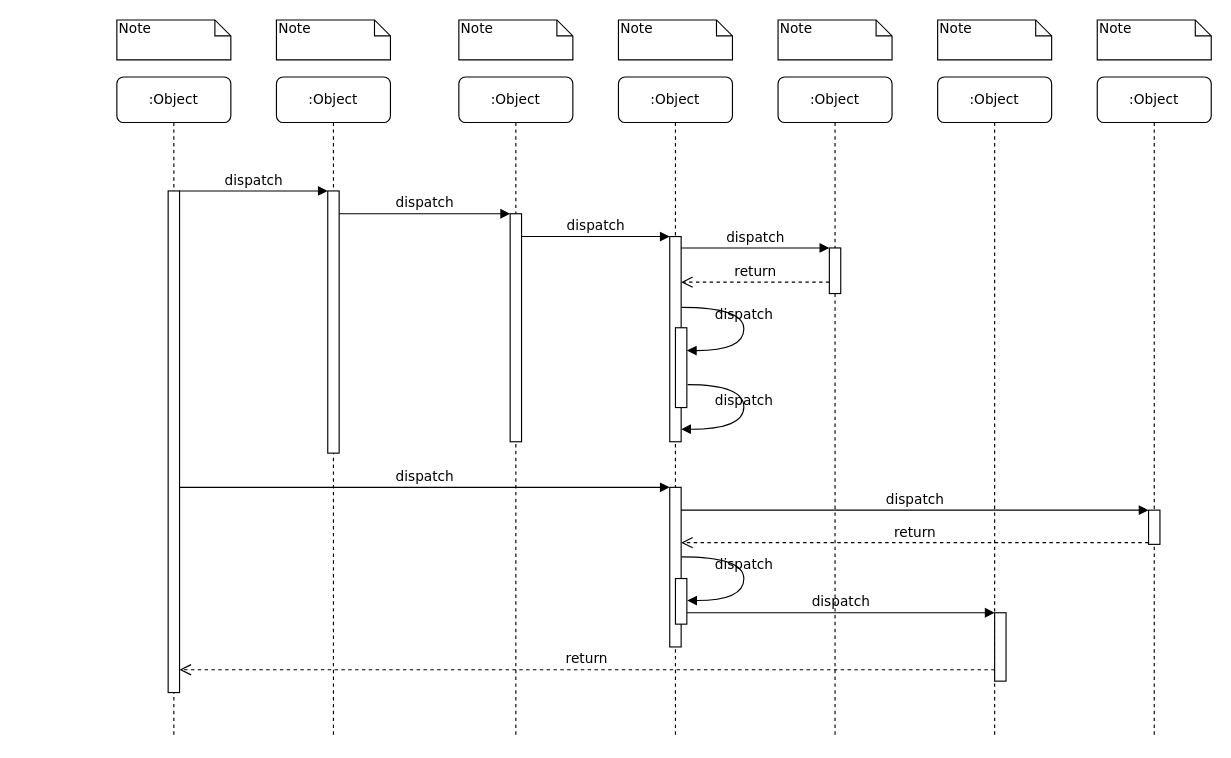
Before: Diagrama sem nome.drawio in ern85/diagramas, a draw.io diagram. Source tidied: cells renumbered, new cells numbered last; positions are measured from the earlier drawing's top-left corner, leaving out a move shared by most shapes. Both pictures are drawn from the tidied source at 114%, with x=0, y=0 at pixel (116, 19).
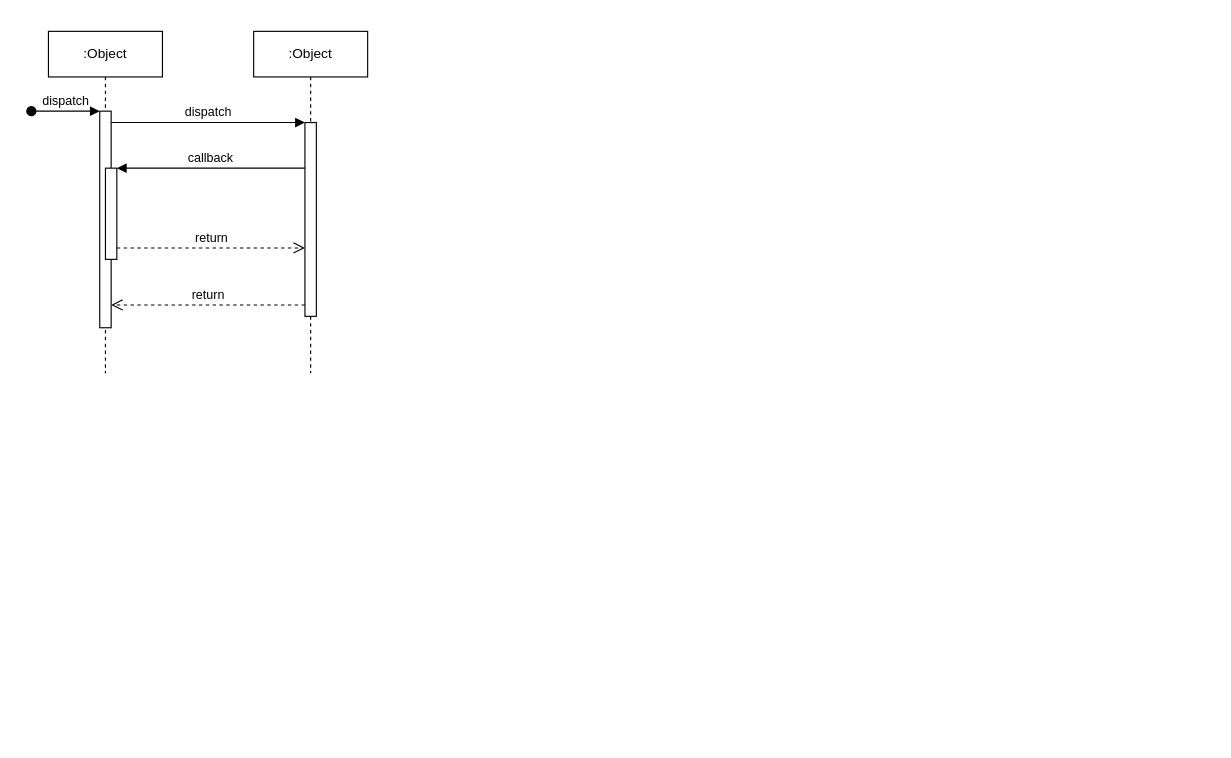
After the change.

The edit, as a diff of the source:
```diff
@@
-    <mxCell id="2" value=":Object" style="shape=umlLifeline;perimeter=lifelinePerimeter;whiteSpace=wrap;html=1;rounded=1;shadow=0;comic=0;labelBackgroundColor=none;strokeWidth=1;fontFamily=Verdana;fontSize=12;align=center;" parent="1" vertex="1">
-      <mxGeometry x="140" y="50" width="100" height="580" as="geometry" />
-    </mxCell>
-    <mxCell id="3" style="html=1;points=[];perimeter=orthogonalPerimeter;rounded=0;shadow=0;comic=0;labelBackgroundColor=none;strokeWidth=1;fontFamily=Verdana;fontSize=12;align=center;" parent="2" vertex="1">
-      <mxGeometry x="45" y="100" width="10" height="230" as="geometry" />
-    </mxCell>
-    <mxCell id="4" value=":Object" style="shape=umlLifeline;perimeter=lifelinePerimeter;whiteSpace=wrap;html=1;rounded=1;shadow=0;comic=0;labelBackgroundColor=none;strokeWidth=1;fontFamily=Verdana;fontSize=12;align=center;" parent="1" vertex="1">
-      <mxGeometry x="300" y="50" width="100" height="580" as="geometry" />
-    </mxCell>
-    <mxCell id="5" style="html=1;points=[];perimeter=orthogonalPerimeter;rounded=0;shadow=0;comic=0;labelBackgroundColor=none;strokeWidth=1;fontFamily=Verdana;fontSize=12;align=center;" parent="4" vertex="1">
-      <mxGeometry x="45" y="120" width="10" height="200" as="geometry" />
-    </mxCell>
-    <mxCell id="6" value=":Object" style="shape=umlLifeline;perimeter=lifelinePerimeter;whiteSpace=wrap;html=1;rounded=1;shadow=0;comic=0;labelBackgroundColor=none;strokeWidth=1;fontFamily=Verdana;fontSize=12;align=center;" parent="1" vertex="1">
-      <mxGeometry x="440" y="50" width="100" height="580" as="geometry" />
-    </mxCell>
-    <mxCell id="7" value=":Object" style="shape=umlLifeline;perimeter=lifelinePerimeter;whiteSpace=wrap;html=1;rounded=1;shadow=0;comic=0;labelBackgroundColor=none;strokeWidth=1;fontFamily=Verdana;fontSize=12;align=center;" parent="1" vertex="1">
-      <mxGeometry x="580" y="50" width="100" height="580" as="geometry" />
-    </mxCell>
-    <mxCell id="8" value=":Object" style="shape=umlLifeline;perimeter=lifelinePerimeter;whiteSpace=wrap;html=1;rounded=1;shadow=0;comic=0;labelBackgroundColor=none;strokeWidth=1;fontFamily=Verdana;fontSize=12;align=center;" parent="1" vertex="1">
-      <mxGeometry x="720" y="50" width="100" height="580" as="geometry" />
-    </mxCell>
-    <mxCell id="9" value=":Object" style="shape=umlLifeline;perimeter=lifelinePerimeter;whiteSpace=wrap;html=1;rounded=1;shadow=0;comic=0;labelBackgroundColor=none;strokeWidth=1;fontFamily=Verdana;fontSize=12;align=center;" parent="1" vertex="1">
-      <mxGeometry x="860" y="50" width="100" height="580" as="geometry" />
-    </mxCell>
-    <mxCell id="10" value=":Object" style="shape=umlLifeline;perimeter=lifelinePerimeter;whiteSpace=wrap;html=1;rounded=1;shadow=0;comic=0;labelBackgroundColor=none;strokeWidth=1;fontFamily=Verdana;fontSize=12;align=center;" parent="1" vertex="1">
-      <mxGeometry y="50" width="100" height="580" as="geometry" />
-    </mxCell>
-    <mxCell id="11" style="html=1;points=[];perimeter=orthogonalPerimeter;rounded=0;shadow=0;comic=0;labelBackgroundColor=none;strokeWidth=1;fontFamily=Verdana;fontSize=12;align=center;" parent="10" vertex="1">
-      <mxGeometry x="45" y="100" width="10" height="440" as="geometry" />
-    </mxCell>
-    <mxCell id="12" style="html=1;points=[];perimeter=orthogonalPerimeter;rounded=0;shadow=0;comic=0;labelBackgroundColor=none;strokeWidth=1;fontFamily=Verdana;fontSize=12;align=center;" parent="1" vertex="1">
-      <mxGeometry x="485" y="190" width="10" height="180" as="geometry" />
-    </mxCell>
-    <mxCell id="13" value="dispatch" style="html=1;verticalAlign=bottom;endArrow=block;labelBackgroundColor=none;fontFamily=Verdana;fontSize=12;edgeStyle=elbowEdgeStyle;elbow=vertical;" parent="1" edge="1" source="5" target="12">
-      <mxGeometry relative="1" as="geometry">
-        <Array as="points">
-          <mxPoint x="360" y="190" />
-        </Array>
-      </mxGeometry>
-    </mxCell>
-    <mxCell id="14" style="html=1;points=[];perimeter=orthogonalPerimeter;rounded=0;shadow=0;comic=0;labelBackgroundColor=none;strokeWidth=1;fontFamily=Verdana;fontSize=12;align=center;" parent="1" vertex="1">
-      <mxGeometry x="625" y="200" width="10" height="40" as="geometry" />
-    </mxCell>
-    <mxCell id="15" value="dispatch" style="html=1;verticalAlign=bottom;endArrow=block;entryX=0;entryY=0;labelBackgroundColor=none;fontFamily=Verdana;fontSize=12;edgeStyle=elbowEdgeStyle;elbow=vertical;" parent="1" edge="1" source="12" target="14">
-      <mxGeometry relative="1" as="geometry" />
-    </mxCell>
-    <mxCell id="16" value="return" style="html=1;verticalAlign=bottom;endArrow=open;dashed=1;endSize=8;labelBackgroundColor=none;fontFamily=Verdana;fontSize=12;edgeStyle=elbowEdgeStyle;elbow=vertical;" parent="1" edge="1" source="14" target="12">
-      <mxGeometry relative="1" as="geometry">
-        <Array as="points">
-          <mxPoint x="570" y="230" />
-          <mxPoint x="600" y="230" />
-        </Array>
-      </mxGeometry>
-    </mxCell>
-    <mxCell id="17" style="html=1;points=[];perimeter=orthogonalPerimeter;rounded=0;shadow=0;comic=0;labelBackgroundColor=none;strokeWidth=1;fontFamily=Verdana;fontSize=12;align=center;" parent="1" vertex="1">
-      <mxGeometry x="485" y="410" width="10" height="140" as="geometry" />
-    </mxCell>
-    <mxCell id="18" value="dispatch" style="html=1;verticalAlign=bottom;endArrow=block;entryX=0;entryY=0;labelBackgroundColor=none;fontFamily=Verdana;fontSize=12;" parent="1" edge="1" source="11" target="17">
-      <mxGeometry relative="1" as="geometry" />
-    </mxCell>
-    <mxCell id="19" style="html=1;points=[];perimeter=orthogonalPerimeter;rounded=0;shadow=0;comic=0;labelBackgroundColor=none;strokeColor=#000000;strokeWidth=1;fillColor=#FFFFFF;fontFamily=Verdana;fontSize=12;fontColor=#000000;align=center;" parent="1" vertex="1">
-      <mxGeometry x="905" y="430" width="10" height="30" as="geometry" />
-    </mxCell>
-    <mxCell id="20" value="dispatch" style="html=1;verticalAlign=bottom;endArrow=block;entryX=0;entryY=0;labelBackgroundColor=none;fontFamily=Verdana;fontSize=12;" parent="1" edge="1" source="17" target="19">
-      <mxGeometry relative="1" as="geometry" />
-    </mxCell>
-    <mxCell id="21" value="return" style="html=1;verticalAlign=bottom;endArrow=open;dashed=1;endSize=8;exitX=0;exitY=0.95;labelBackgroundColor=none;fontFamily=Verdana;fontSize=12;" parent="1" edge="1" source="19" target="17">
-      <mxGeometry relative="1" as="geometry" />
-    </mxCell>
-    <mxCell id="22" style="html=1;points=[];perimeter=orthogonalPerimeter;rounded=0;shadow=0;comic=0;labelBackgroundColor=none;strokeWidth=1;fontFamily=Verdana;fontSize=12;align=center;" parent="1" vertex="1">
-      <mxGeometry x="770" y="520" width="10" height="60" as="geometry" />
-    </mxCell>
-    <mxCell id="23" value="dispatch" style="html=1;verticalAlign=bottom;endArrow=block;entryX=0;entryY=0;labelBackgroundColor=none;fontFamily=Verdana;fontSize=12;edgeStyle=elbowEdgeStyle;elbow=vertical;" parent="1" edge="1" source="30" target="22">
-      <mxGeometry relative="1" as="geometry" />
-    </mxCell>
-    <mxCell id="24" value="return" style="html=1;verticalAlign=bottom;endArrow=open;dashed=1;endSize=8;labelBackgroundColor=none;fontFamily=Verdana;fontSize=12;edgeStyle=elbowEdgeStyle;elbow=vertical;" parent="1" edge="1" source="22" target="11">
-      <mxGeometry relative="1" as="geometry">
-        <Array as="points">
-          <mxPoint x="470" y="570" />
-        </Array>
-      </mxGeometry>
-    </mxCell>
-    <mxCell id="25" value="dispatch" style="html=1;verticalAlign=bottom;endArrow=block;entryX=0;entryY=0;labelBackgroundColor=none;fontFamily=Verdana;fontSize=12;edgeStyle=elbowEdgeStyle;elbow=vertical;" parent="1" edge="1" source="11" target="3">
-      <mxGeometry relative="1" as="geometry" />
-    </mxCell>
-    <mxCell id="26" value="dispatch" style="html=1;verticalAlign=bottom;endArrow=block;entryX=0;entryY=0;labelBackgroundColor=none;fontFamily=Verdana;fontSize=12;edgeStyle=elbowEdgeStyle;elbow=vertical;" parent="1" edge="1" source="3" target="5">
-      <mxGeometry relative="1" as="geometry" />
-    </mxCell>
-    <mxCell id="27" style="html=1;points=[];perimeter=orthogonalPerimeter;rounded=0;shadow=0;comic=0;labelBackgroundColor=none;strokeWidth=1;fontFamily=Verdana;fontSize=12;align=center;" parent="1" vertex="1">
-      <mxGeometry x="490" y="270" width="10" height="70" as="geometry" />
-    </mxCell>
-    <mxCell id="28" value="dispatch" style="html=1;verticalAlign=bottom;endArrow=block;labelBackgroundColor=none;fontFamily=Verdana;fontSize=12;elbow=vertical;edgeStyle=orthogonalEdgeStyle;curved=1;entryX=1;entryY=0.286;entryPerimeter=0;exitX=1.038;exitY=0.345;exitPerimeter=0;" parent="1" edge="1" source="12" target="27">
-      <mxGeometry relative="1" as="geometry">
-        <Array as="points">
-          <mxPoint x="550" y="252" />
-          <mxPoint x="550" y="290" />
-        </Array>
-      </mxGeometry>
-    </mxCell>
-    <mxCell id="29" value="dispatch" style="html=1;verticalAlign=bottom;endArrow=block;labelBackgroundColor=none;fontFamily=Verdana;fontSize=12;elbow=vertical;edgeStyle=orthogonalEdgeStyle;curved=1;exitX=1.066;exitY=0.713;exitPerimeter=0;" parent="1" edge="1" source="27">
-      <mxGeometry relative="1" as="geometry">
-        <mxPoint x="495" y="359" as="targetPoint" />
-        <Array as="points">
-          <mxPoint x="550" y="320" />
-          <mxPoint x="550" y="359" />
-        </Array>
-      </mxGeometry>
-    </mxCell>
-    <mxCell id="30" style="html=1;points=[];perimeter=orthogonalPerimeter;rounded=0;shadow=0;comic=0;labelBackgroundColor=none;strokeWidth=1;fontFamily=Verdana;fontSize=12;align=center;" parent="1" vertex="1">
-      <mxGeometry x="490" y="490" width="10" height="40" as="geometry" />
-    </mxCell>
-    <mxCell id="31" value="dispatch" style="html=1;verticalAlign=bottom;endArrow=block;labelBackgroundColor=none;fontFamily=Verdana;fontSize=12;elbow=vertical;edgeStyle=orthogonalEdgeStyle;curved=1;entryX=1;entryY=0.286;entryPerimeter=0;exitX=1.038;exitY=0.345;exitPerimeter=0;" parent="1" edge="1">
-      <mxGeometry relative="1" as="geometry">
-        <mxPoint x="495.3" y="471" as="sourcePoint" />
-        <mxPoint x="500.3" y="509.3" as="targetPoint" />
-        <Array as="points">
-          <mxPoint x="550" y="471" />
-          <mxPoint x="550" y="509" />
-        </Array>
-      </mxGeometry>
-    </mxCell>
-    <mxCell id="32" value="Note" style="shape=note;whiteSpace=wrap;html=1;size=14;verticalAlign=top;align=left;spacingTop=-6;rounded=0;shadow=0;comic=0;labelBackgroundColor=none;strokeWidth=1;fontFamily=Verdana;fontSize=12;" parent="1" vertex="1">
-      <mxGeometry width="100" height="35" as="geometry" />
-    </mxCell>
-    <mxCell id="33" value="Note" style="shape=note;whiteSpace=wrap;html=1;size=14;verticalAlign=top;align=left;spacingTop=-6;rounded=0;shadow=0;comic=0;labelBackgroundColor=none;strokeWidth=1;fontFamily=Verdana;fontSize=12;" parent="1" vertex="1">
-      <mxGeometry x="140" width="100" height="35" as="geometry" />
-    </mxCell>
-    <mxCell id="34" value="Note" style="shape=note;whiteSpace=wrap;html=1;size=14;verticalAlign=top;align=left;spacingTop=-6;rounded=0;shadow=0;comic=0;labelBackgroundColor=none;strokeWidth=1;fontFamily=Verdana;fontSize=12;" parent="1" vertex="1">
-      <mxGeometry x="300" width="100" height="35" as="geometry" />
-    </mxCell>
-    <mxCell id="35" value="Note" style="shape=note;whiteSpace=wrap;html=1;size=14;verticalAlign=top;align=left;spacingTop=-6;rounded=0;shadow=0;comic=0;labelBackgroundColor=none;strokeWidth=1;fontFamily=Verdana;fontSize=12;" parent="1" vertex="1">
-      <mxGeometry x="440" width="100" height="35" as="geometry" />
-    </mxCell>
-    <mxCell id="36" value="Note" style="shape=note;whiteSpace=wrap;html=1;size=14;verticalAlign=top;align=left;spacingTop=-6;rounded=0;shadow=0;comic=0;labelBackgroundColor=none;strokeWidth=1;fontFamily=Verdana;fontSize=12;" parent="1" vertex="1">
-      <mxGeometry x="580" width="100" height="35" as="geometry" />
-    </mxCell>
-    <mxCell id="37" value="Note" style="shape=note;whiteSpace=wrap;html=1;size=14;verticalAlign=top;align=left;spacingTop=-6;rounded=0;shadow=0;comic=0;labelBackgroundColor=none;strokeWidth=1;fontFamily=Verdana;fontSize=12;" parent="1" vertex="1">
-      <mxGeometry x="720" width="100" height="35" as="geometry" />
-    </mxCell>
-    <mxCell id="38" value="Note" style="shape=note;whiteSpace=wrap;html=1;size=14;verticalAlign=top;align=left;spacingTop=-6;rounded=0;shadow=0;comic=0;labelBackgroundColor=none;strokeWidth=1;fontFamily=Verdana;fontSize=12;" parent="1" vertex="1">
-      <mxGeometry x="860" width="100" height="35" as="geometry" />
-    </mxCell>
+    <mxCell id="39" value=":Object" style="shape=umlLifeline;perimeter=lifelinePerimeter;whiteSpace=wrap;html=1;newEdgeStyle={&quot;edgeStyle&quot;:&quot;elbowEdgeStyle&quot;,&quot;elbow&quot;:&quot;vertical&quot;,&quot;curved&quot;:0,&quot;rounded&quot;:0};" parent="1" vertex="1">
+      <mxGeometry x="-60" y="10" width="100" height="300" as="geometry" />
+    </mxCell>
+    <mxCell id="40" style="html=1;points=[];perimeter=orthogonalPerimeter;outlineConnect=0;targetShapes=umlLifeline;portConstraint=eastwest;newEdgeStyle={&quot;edgeStyle&quot;:&quot;elbowEdgeStyle&quot;,&quot;elbow&quot;:&quot;vertical&quot;,&quot;curved&quot;:0,&quot;rounded&quot;:0};" parent="39" vertex="1">
+      <mxGeometry x="45" y="70" width="10" height="190" as="geometry" />
+    </mxCell>
+    <mxCell id="41" value="dispatch" style="html=1;verticalAlign=bottom;startArrow=oval;endArrow=block;startSize=8;edgeStyle=elbowEdgeStyle;elbow=vertical;curved=0;rounded=0;" parent="39" edge="1" target="40">
+      <mxGeometry relative="1" as="geometry">
+        <mxPoint x="-15" y="70" as="sourcePoint" />
+      </mxGeometry>
+    </mxCell>
+    <mxCell id="42" style="html=1;points=[];perimeter=orthogonalPerimeter;outlineConnect=0;targetShapes=umlLifeline;portConstraint=eastwest;newEdgeStyle={&quot;edgeStyle&quot;:&quot;elbowEdgeStyle&quot;,&quot;elbow&quot;:&quot;vertical&quot;,&quot;curved&quot;:0,&quot;rounded&quot;:0};" parent="39" vertex="1">
+      <mxGeometry x="50" y="120" width="10" height="80" as="geometry" />
+    </mxCell>
+    <mxCell id="43" value=":Object" style="shape=umlLifeline;perimeter=lifelinePerimeter;whiteSpace=wrap;html=1;newEdgeStyle={&quot;edgeStyle&quot;:&quot;elbowEdgeStyle&quot;,&quot;elbow&quot;:&quot;vertical&quot;,&quot;curved&quot;:0,&quot;rounded&quot;:0};" parent="1" vertex="1">
+      <mxGeometry x="120" y="10" width="100" height="300" as="geometry" />
+    </mxCell>
+    <mxCell id="44" style="html=1;points=[];perimeter=orthogonalPerimeter;outlineConnect=0;targetShapes=umlLifeline;portConstraint=eastwest;newEdgeStyle={&quot;edgeStyle&quot;:&quot;elbowEdgeStyle&quot;,&quot;elbow&quot;:&quot;vertical&quot;,&quot;curved&quot;:0,&quot;rounded&quot;:0};" parent="43" vertex="1">
+      <mxGeometry x="45" y="80" width="10" height="170" as="geometry" />
+    </mxCell>
+    <mxCell id="45" value="dispatch" style="html=1;verticalAlign=bottom;endArrow=block;edgeStyle=elbowEdgeStyle;elbow=vertical;curved=0;rounded=0;" parent="1" edge="1" source="40" target="44">
+      <mxGeometry relative="1" as="geometry">
+        <Array as="points">
+          <mxPoint x="80" y="90" />
+        </Array>
+      </mxGeometry>
+    </mxCell>
+    <mxCell id="46" value="return" style="html=1;verticalAlign=bottom;endArrow=open;dashed=1;endSize=8;edgeStyle=elbowEdgeStyle;elbow=vertical;curved=0;rounded=0;" parent="1" edge="1" source="44" target="40">
+      <mxGeometry relative="1" as="geometry">
+        <Array as="points">
+          <mxPoint x="90" y="250" />
+        </Array>
+      </mxGeometry>
+    </mxCell>
+    <mxCell id="47" value="callback" style="html=1;verticalAlign=bottom;endArrow=block;edgeStyle=elbowEdgeStyle;elbow=vertical;curved=0;rounded=0;" parent="1" edge="1" source="44" target="42">
+      <mxGeometry relative="1" as="geometry">
+        <Array as="points">
+          <mxPoint x="90" y="130" />
+        </Array>
+      </mxGeometry>
+    </mxCell>
+    <mxCell id="48" value="return" style="html=1;verticalAlign=bottom;endArrow=open;dashed=1;endSize=8;edgeStyle=elbowEdgeStyle;elbow=vertical;curved=0;rounded=0;" parent="1" edge="1" source="42" target="44">
+      <mxGeometry relative="1" as="geometry">
+        <Array as="points">
+          <mxPoint x="80" y="200" />
+        </Array>
+      </mxGeometry>
+    </mxCell>
```
